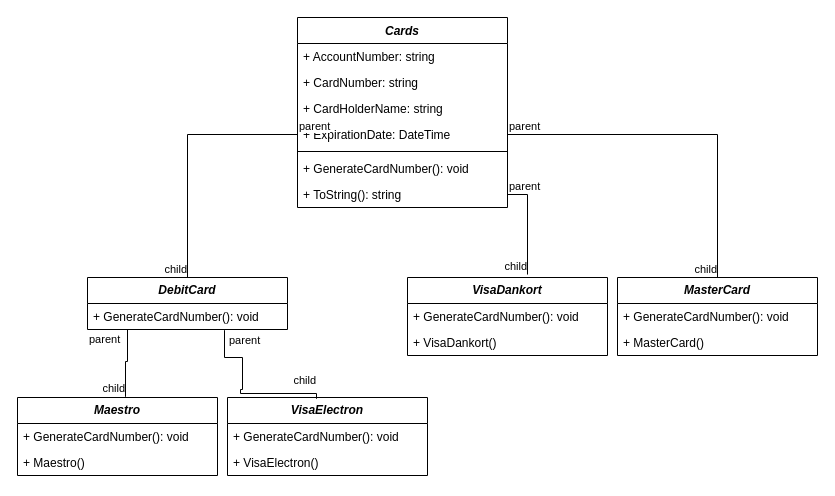
This is MyBanker.drawio from TRICKZTRRRRR/MyBanker, a draw.io file, before an edit. Source tidied: cells renumbered, new cells numbered last; positions are measured from the earlier drawing's top-left corner, leaving out a move shared by most shapes. Both pictures are drawn from the tidied source at 100%, with x=0, y=0 at pixel (17, 17).
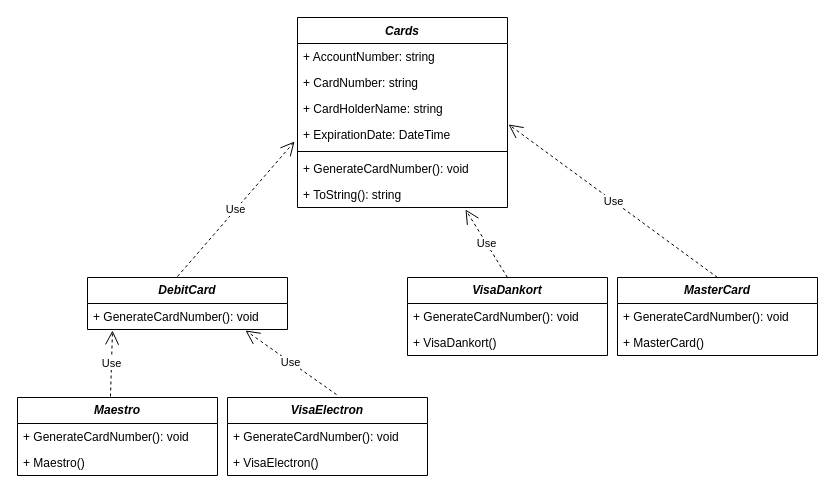
The same diagram, later.

Unchanged cells that the change refers to:
```xml
<mxCell id="6" value="+ ExpirationDate: DateTime" style="text;strokeColor=none;fillColor=none;align=left;verticalAlign=top;spacingLeft=4;spacingRight=4;overflow=hidden;points=[[0,0.5],[1,0.5]];portConstraint=eastwest;whiteSpace=wrap;html=1;" parent="2" vertex="1">
  <mxGeometry y="104" width="210" height="26" as="geometry" />
</mxCell>
<mxCell id="9" value="+ ToString(): string" style="text;strokeColor=none;fillColor=none;align=left;verticalAlign=top;spacingLeft=4;spacingRight=4;overflow=hidden;points=[[0,0.5],[1,0.5]];portConstraint=eastwest;whiteSpace=wrap;html=1;" parent="2" vertex="1">
  <mxGeometry y="164" width="210" height="26" as="geometry" />
</mxCell>
<mxCell id="10" value="&lt;b&gt;&lt;i&gt;DebitCard&lt;/i&gt;&lt;/b&gt;" style="swimlane;fontStyle=0;horizontal=1;startSize=26;fillColor=none;whiteSpace=wrap;html=1;" parent="1" vertex="1">
  <mxGeometry x="70" y="260" width="200" height="52" as="geometry" />
</mxCell>
<mxCell id="11" value="+ GenerateCardNumber(): void" style="text;strokeColor=none;fillColor=none;align=left;verticalAlign=top;spacingLeft=4;spacingRight=4;overflow=hidden;points=[[0,0.5],[1,0.5]];portConstraint=eastwest;whiteSpace=wrap;html=1;" parent="10" vertex="1">
  <mxGeometry y="26" width="200" height="26" as="geometry" />
</mxCell>
<mxCell id="12" value="&lt;b&gt;&lt;i&gt;Maestro&lt;/i&gt;&lt;/b&gt;" style="swimlane;fontStyle=0;horizontal=1;startSize=26;fillColor=none;whiteSpace=wrap;html=1;" parent="1" vertex="1">
  <mxGeometry y="380" width="200" height="78" as="geometry" />
</mxCell>
<mxCell id="15" value="&lt;b&gt;&lt;i&gt;VisaElectron&lt;/i&gt;&lt;/b&gt;" style="swimlane;fontStyle=0;horizontal=1;startSize=26;fillColor=none;whiteSpace=wrap;html=1;" parent="1" vertex="1">
  <mxGeometry x="210" y="380" width="200" height="78" as="geometry" />
</mxCell>
<mxCell id="18" value="&lt;b&gt;&lt;i&gt;VisaDankort&lt;/i&gt;&lt;/b&gt;" style="swimlane;fontStyle=0;horizontal=1;startSize=26;fillColor=none;whiteSpace=wrap;html=1;" parent="1" vertex="1">
  <mxGeometry x="390" y="260" width="200" height="78" as="geometry" />
</mxCell>
<mxCell id="21" value="&lt;b&gt;&lt;i&gt;MasterCard&lt;/i&gt;&lt;/b&gt;" style="swimlane;fontStyle=0;horizontal=1;startSize=26;fillColor=none;whiteSpace=wrap;html=1;" parent="1" vertex="1">
  <mxGeometry x="600" y="260" width="200" height="78" as="geometry" />
</mxCell>
```

The edit, as a diff of the source:
```diff
@@
-    <mxCell id="24" style="endArrow=none;html=1;edgeStyle=orthogonalEdgeStyle;rounded=0;exitX=0.475;exitY=1.077;exitDx=0;exitDy=0;exitPerimeter=0;entryX=0.54;entryY=-0.009;entryDx=0;entryDy=0;entryPerimeter=0;" parent="1" edge="1" target="12">
-      <mxGeometry relative="1" as="geometry">
-        <mxPoint x="165" y="312" as="sourcePoint" />
-        <Array as="points">
-          <mxPoint x="110" y="312" />
-          <mxPoint x="110" y="344" />
-          <mxPoint x="108" y="344" />
-        </Array>
-      </mxGeometry>
-    </mxCell>
-    <mxCell id="25" value="parent" style="edgeLabel;html=1;align=left;verticalAlign=bottom;" parent="24" vertex="1">
-      <mxGeometry x="-1" relative="1" as="geometry">
-        <mxPoint x="-95" y="18" as="offset" />
-      </mxGeometry>
-    </mxCell>
-    <mxCell id="26" value="child" style="edgeLabel;html=1;align=right;verticalAlign=bottom;" parent="24" vertex="1">
-      <mxGeometry x="1" relative="1" as="geometry" />
-    </mxCell>
-    <mxCell id="27" style="endArrow=none;html=1;edgeStyle=orthogonalEdgeStyle;rounded=0;exitX=0.685;exitY=1.027;exitDx=0;exitDy=0;exitPerimeter=0;entryX=0.445;entryY=0.016;entryDx=0;entryDy=0;entryPerimeter=0;" parent="1" edge="1" source="11" target="15">
-      <mxGeometry relative="1" as="geometry">
-        <Array as="points">
-          <mxPoint x="207" y="340" />
-          <mxPoint x="225" y="340" />
-          <mxPoint x="225" y="372" />
-          <mxPoint x="223" y="372" />
-          <mxPoint x="223" y="376" />
-          <mxPoint x="299" y="376" />
-        </Array>
-      </mxGeometry>
-    </mxCell>
-    <mxCell id="28" value="parent" style="edgeLabel;html=1;align=left;verticalAlign=bottom;" parent="27" vertex="1">
-      <mxGeometry x="-1" relative="1" as="geometry">
-        <mxPoint x="3" y="18" as="offset" />
-      </mxGeometry>
-    </mxCell>
-    <mxCell id="29" value="child" style="edgeLabel;html=1;align=right;verticalAlign=bottom;" parent="27" vertex="1">
-      <mxGeometry x="1" relative="1" as="geometry">
-        <mxPoint y="-11" as="offset" />
-      </mxGeometry>
-    </mxCell>
-    <mxCell id="30" style="endArrow=none;html=1;edgeStyle=orthogonalEdgeStyle;rounded=0;exitX=1;exitY=0.5;exitDx=0;exitDy=0;entryX=0.6;entryY=-0.038;entryDx=0;entryDy=0;entryPerimeter=0;" parent="1" edge="1" source="9" target="18">
-      <mxGeometry relative="1" as="geometry" />
-    </mxCell>
-    <mxCell id="31" value="parent" style="edgeLabel;html=1;align=left;verticalAlign=bottom;" parent="30" vertex="1">
-      <mxGeometry x="-1" relative="1" as="geometry" />
-    </mxCell>
-    <mxCell id="32" value="child" style="edgeLabel;html=1;align=right;verticalAlign=bottom;" parent="30" vertex="1">
-      <mxGeometry x="1" relative="1" as="geometry" />
-    </mxCell>
-    <mxCell id="33" style="endArrow=none;html=1;edgeStyle=orthogonalEdgeStyle;rounded=0;exitX=1;exitY=0.5;exitDx=0;exitDy=0;entryX=0.5;entryY=0;entryDx=0;entryDy=0;" parent="1" edge="1" source="6" target="21">
-      <mxGeometry relative="1" as="geometry" />
-    </mxCell>
-    <mxCell id="34" value="parent" style="edgeLabel;html=1;align=left;verticalAlign=bottom;" parent="33" vertex="1">
-      <mxGeometry x="-1" relative="1" as="geometry" />
-    </mxCell>
-    <mxCell id="35" value="child" style="edgeLabel;html=1;align=right;verticalAlign=bottom;" parent="33" vertex="1">
-      <mxGeometry x="1" relative="1" as="geometry" />
-    </mxCell>
-    <mxCell id="36" style="endArrow=none;html=1;edgeStyle=orthogonalEdgeStyle;rounded=0;exitX=0;exitY=0.5;exitDx=0;exitDy=0;entryX=0.5;entryY=0;entryDx=0;entryDy=0;" parent="1" edge="1" source="6" target="10">
-      <mxGeometry relative="1" as="geometry" />
-    </mxCell>
-    <mxCell id="37" value="parent" style="edgeLabel;html=1;align=left;verticalAlign=bottom;" parent="36" vertex="1">
-      <mxGeometry x="-1" relative="1" as="geometry" />
-    </mxCell>
-    <mxCell id="38" value="child" style="edgeLabel;html=1;align=right;verticalAlign=bottom;" parent="36" vertex="1">
-      <mxGeometry x="1" relative="1" as="geometry" />
-    </mxCell>
+    <mxCell id="39" value="Use" style="endArrow=open;endSize=12;dashed=1;html=1;rounded=0;exitX=0.465;exitY=-0.013;exitDx=0;exitDy=0;exitPerimeter=0;entryX=0.125;entryY=1.038;entryDx=0;entryDy=0;entryPerimeter=0;" parent="1" edge="1" source="12" target="11">
+      <mxGeometry relative="1" as="geometry" />
+    </mxCell>
+    <mxCell id="40" value="Use" style="endArrow=open;endSize=12;dashed=1;html=1;rounded=0;exitX=0.545;exitY=-0.038;exitDx=0;exitDy=0;exitPerimeter=0;entryX=0.79;entryY=1.038;entryDx=0;entryDy=0;entryPerimeter=0;" parent="1" edge="1" source="15" target="11">
+      <mxGeometry relative="1" as="geometry" />
+    </mxCell>
+    <mxCell id="41" value="Use" style="endArrow=open;endSize=12;dashed=1;html=1;rounded=0;exitX=0.5;exitY=0;exitDx=0;exitDy=0;entryX=0.8;entryY=1.077;entryDx=0;entryDy=0;entryPerimeter=0;" parent="1" edge="1" source="18" target="9">
+      <mxGeometry relative="1" as="geometry" />
+    </mxCell>
+    <mxCell id="42" value="Use" style="endArrow=open;endSize=12;dashed=1;html=1;rounded=0;exitX=0.5;exitY=0;exitDx=0;exitDy=0;entryX=1.005;entryY=0.115;entryDx=0;entryDy=0;entryPerimeter=0;" parent="1" edge="1" source="21" target="6">
+      <mxGeometry relative="1" as="geometry" />
+    </mxCell>
+    <mxCell id="43" value="Use" style="endArrow=open;endSize=12;dashed=1;html=1;rounded=0;exitX=0.45;exitY=-0.019;exitDx=0;exitDy=0;exitPerimeter=0;entryX=-0.014;entryY=0.769;entryDx=0;entryDy=0;entryPerimeter=0;" parent="1" edge="1" source="10" target="6">
+      <mxGeometry relative="1" as="geometry" />
+    </mxCell>
```
